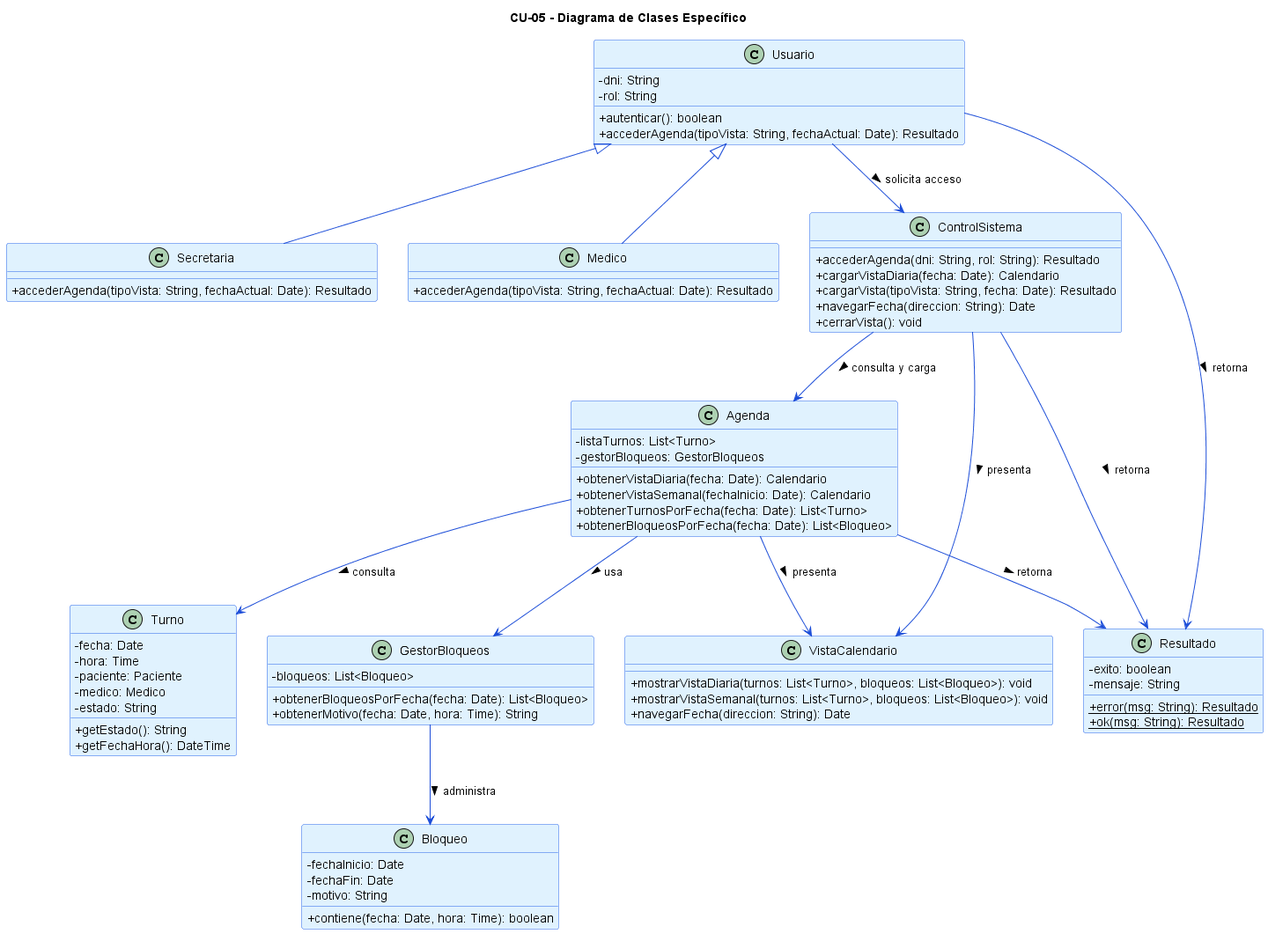
angelgc9107-lgtm/SistemaTurnosMedicos_GP6 keeps this PlantUML diagram as diagramas/01-diagrama-clases/05-clase-visualizar-agenda.png. Above is the earlier version.
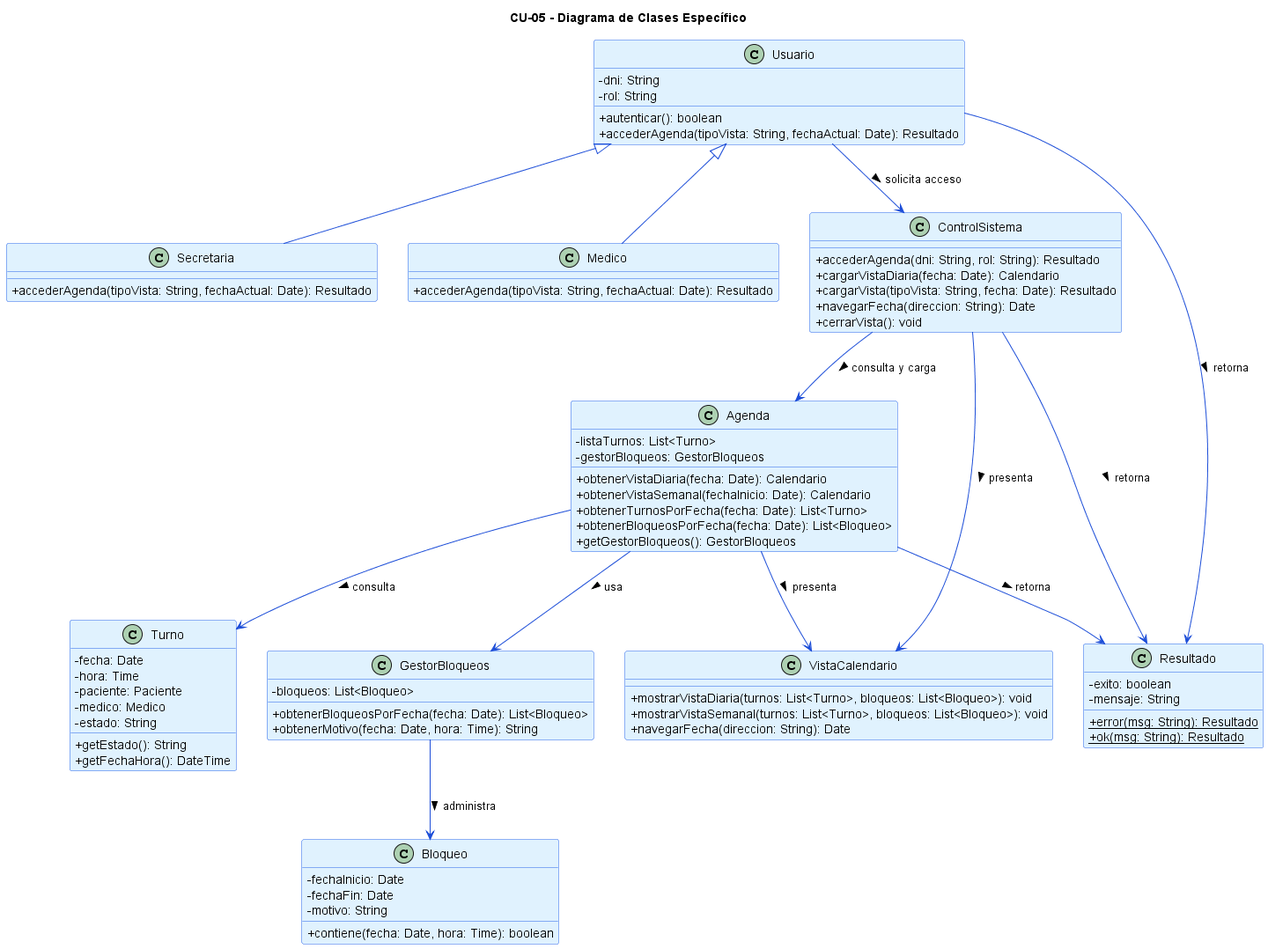
After the commit.

Commit message:
Corrige diagramas de clases

What changed in the source:
```diff
@@ -30,6 +30,7 @@
     + obtenerVistaSemanal(fechaInicio: Date): Calendario
     + obtenerTurnosPorFecha(fecha: Date): List<Turno>
     + obtenerBloqueosPorFecha(fecha: Date): List<Bloqueo>
+    + getGestorBloqueos(): GestorBloqueos
 }
 
 class VistaCalendario {
```
